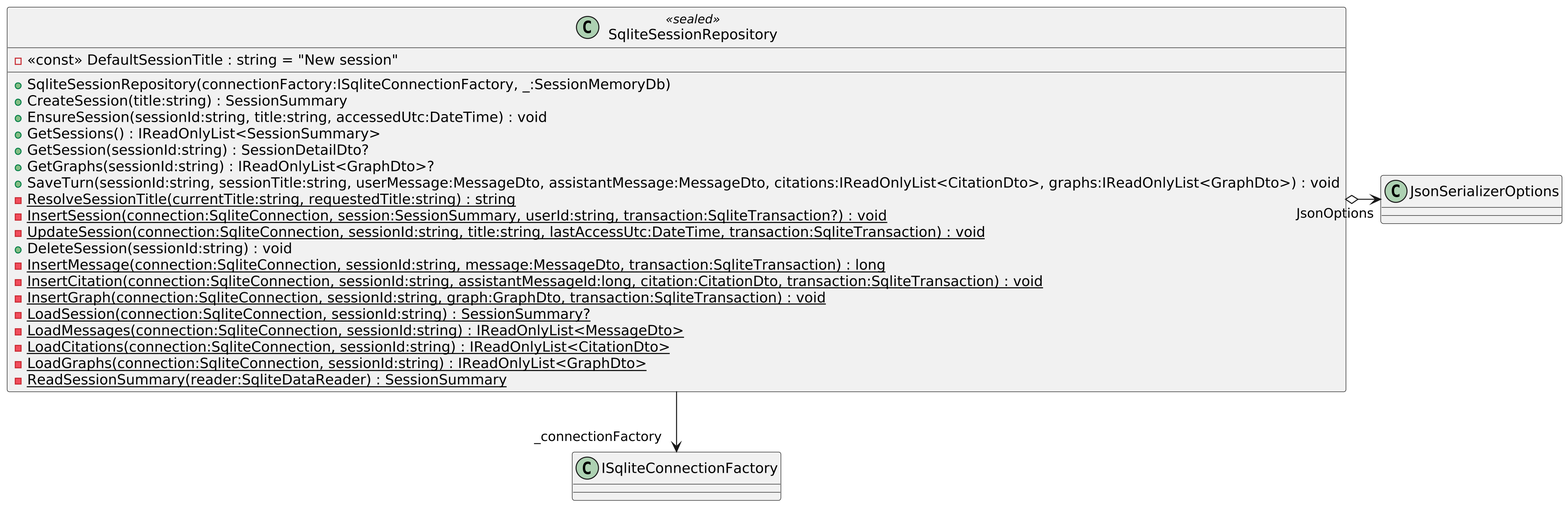
The PlantUML diagram uml/WikiGraph.Api/Infrastructure/Persistence/SqliteSessionRepository.png in Tirth-Thakkar/WikiGraph, before a commit. Its diagram source:
```plantuml
@startuml
skinparamlocked dpi 250
class SqliteSessionRepository <<sealed>> {
    - <<const>> DefaultSessionTitle : string = "New session"
    + SqliteSessionRepository(connectionFactory:ISqliteConnectionFactory, _:SessionMemoryDb)
    + CreateSession(title:string) : SessionSummary
    + EnsureSession(sessionId:string, title:string, accessedUtc:DateTime) : void
    + GetSessions() : IReadOnlyList<SessionSummary>
    + GetSession(sessionId:string) : SessionDetailDto?
    + GetGraphs(sessionId:string) : IReadOnlyList<GraphDto>?
    + SaveTurn(sessionId:string, sessionTitle:string, userMessage:MessageDto, assistantMessage:MessageDto, citations:IReadOnlyList<CitationDto>, graphs:IReadOnlyList<GraphDto>) : void
    - {static} ResolveSessionTitle(currentTitle:string, requestedTitle:string) : string
    - {static} InsertSession(connection:SqliteConnection, session:SessionSummary, userId:string, transaction:SqliteTransaction?) : void
    - {static} UpdateSession(connection:SqliteConnection, sessionId:string, title:string, lastAccessUtc:DateTime, transaction:SqliteTransaction) : void
    + DeleteSession(sessionId:string) : void
    - {static} InsertMessage(connection:SqliteConnection, sessionId:string, message:MessageDto, transaction:SqliteTransaction) : long
    - {static} InsertCitation(connection:SqliteConnection, sessionId:string, assistantMessageId:long, citation:CitationDto, transaction:SqliteTransaction) : void
    - {static} InsertGraph(connection:SqliteConnection, sessionId:string, graph:GraphDto, transaction:SqliteTransaction) : void
    - {static} LoadSession(connection:SqliteConnection, sessionId:string) : SessionSummary?
    - {static} LoadMessages(connection:SqliteConnection, sessionId:string) : IReadOnlyList<MessageDto>
    - {static} LoadCitations(connection:SqliteConnection, sessionId:string) : IReadOnlyList<CitationDto>
    - {static} LoadGraphs(connection:SqliteConnection, sessionId:string) : IReadOnlyList<GraphDto>
    - {static} ReadSessionSummary(reader:SqliteDataReader) : SessionSummary
}
SqliteSessionRepository o-> "JsonOptions" JsonSerializerOptions
SqliteSessionRepository --> "_connectionFactory" ISqliteConnectionFactory
@enduml
```
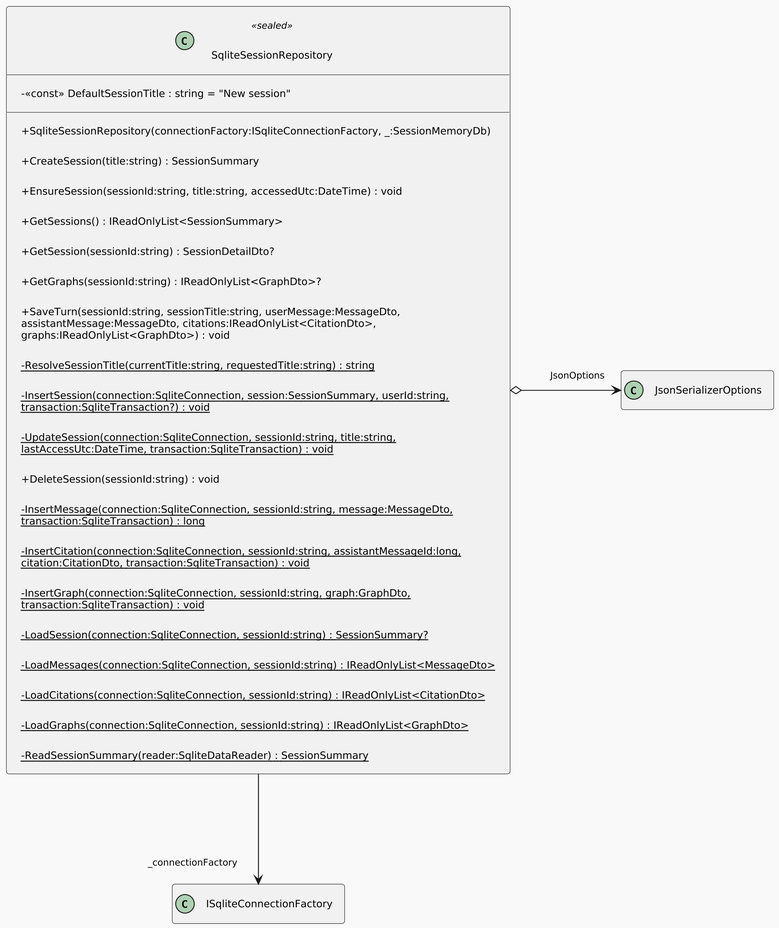
The same diagram one commit later.

Diff of the diagram source:
```diff
@@ -1,5 +1,22 @@
 @startuml
-skinparamlocked dpi 250
+skinparamlocked dpi 300
+!theme mars
+scale max 1024*768
+top to bottom direction
+skinparam linetype ortho
+skinparam shadowing false
+skinparam roundCorner 6
+skinparam ranksep 120
+skinparam nodesep 120
+skinparam padding 10
+skinparam WrapWidth 520
+skinparam DefaultFontSize 12
+skinparam ClassFontSize 13
+skinparam ClassAttributeFontSize 11
+skinparam ClassStereotypeFontSize 10
+skinparam ArrowFontSize 10
+skinparam classAttributeIconSize 0
+hide empty members
 class SqliteSessionRepository <<sealed>> {
     - <<const>> DefaultSessionTitle : string = "New session"
     + SqliteSessionRepository(connectionFactory:ISqliteConnectionFactory, _:SessionMemoryDb)
```
